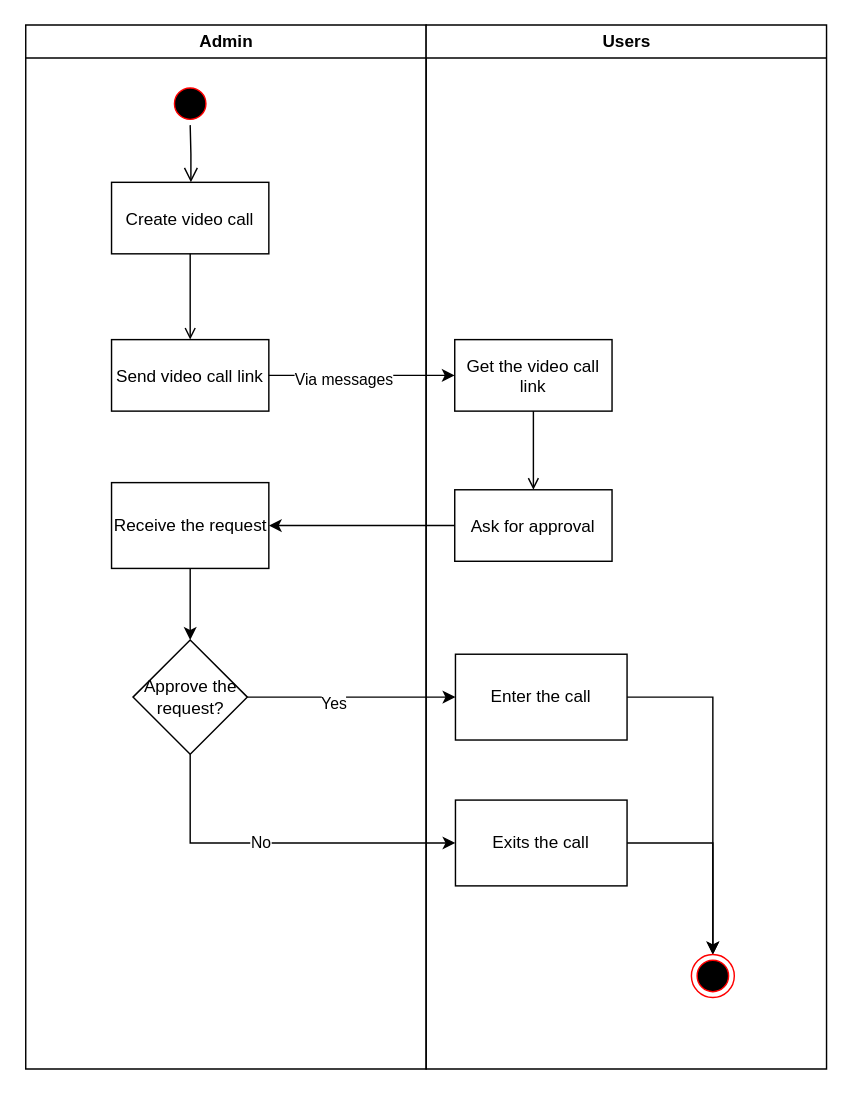
Before: An_3/Sem_I/VideoCall.drawio in ioanstoica/FMI, a draw.io diagram. Source tidied: cells renumbered, new cells numbered last; positions are measured from the earlier drawing's top-left corner, leaving out a move shared by most shapes. Both pictures are drawn from the tidied source at 143%, with x=0, y=0 at pixel (24, 24).
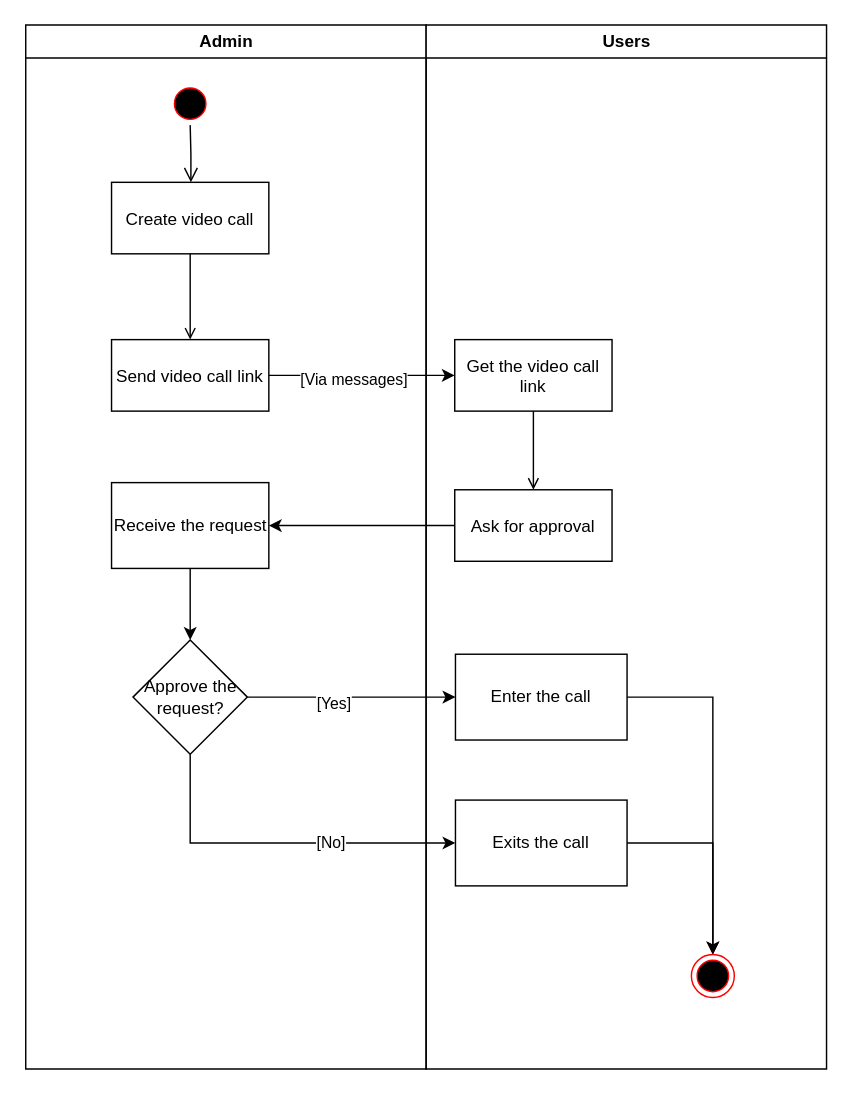
After the change.

The change refers to these unchanged cells:
```xml
<mxCell id="20" style="edgeStyle=orthogonalEdgeStyle;rounded=0;jettySize=auto;html=1;entryX=0;entryY=0.5;entryDx=0;entryDy=0;strokeColor=#000000;labelBorderColor=default;" parent="1" edge="1" source="6" target="12">
  <mxGeometry relative="1" as="geometry" />
</mxCell>
<mxCell id="23" style="edgeStyle=orthogonalEdgeStyle;rounded=0;jettySize=auto;html=1;entryX=0;entryY=0.5;entryDx=0;entryDy=0;" parent="1" edge="1" source="10" target="16">
  <mxGeometry relative="1" as="geometry" />
</mxCell>
<mxCell id="25" style="edgeStyle=orthogonalEdgeStyle;rounded=0;jettySize=auto;html=1;exitX=0.5;exitY=1;exitDx=0;exitDy=0;entryX=0;entryY=0.5;entryDx=0;entryDy=0;" parent="1" edge="1" source="10" target="18">
  <mxGeometry relative="1" as="geometry" />
</mxCell>
```

The edit, as a diff of the source:
```diff
@@
-    <mxCell id="21" value="Via messages" style="edgeLabel;html=1;align=center;verticalAlign=middle;" parent="20" vertex="1">
+    <mxCell id="21" value="[Via messages]" style="edgeLabel;html=1;align=center;verticalAlign=middle;" parent="20" vertex="1">
       <mxGeometry x="-0.21" y="-2" relative="1" as="geometry">
-        <mxPoint x="1" as="offset" />
+        <mxPoint x="8" as="offset" />
       </mxGeometry>
     </mxCell>
@@
-    <mxCell id="24" value="Yes" style="edgeLabel;html=1;align=center;verticalAlign=middle;" parent="23" vertex="1">
+    <mxCell id="24" value="[Yes]" style="edgeLabel;html=1;align=center;verticalAlign=middle;" parent="23" vertex="1">
       <mxGeometry x="-0.17" y="-4" relative="1" as="geometry" />
     </mxCell>
@@
-    <mxCell id="26" value="No" style="edgeLabel;html=1;align=center;verticalAlign=middle;" parent="25" vertex="1">
-      <mxGeometry x="-0.1" y="1" relative="1" as="geometry" />
+    <mxCell id="26" value="[No]" style="edgeLabel;html=1;align=center;verticalAlign=middle;" parent="25" vertex="1">
+      <mxGeometry x="-0.1" y="1" relative="1" as="geometry">
+        <mxPoint x="49" as="offset" />
+      </mxGeometry>
     </mxCell>
```
